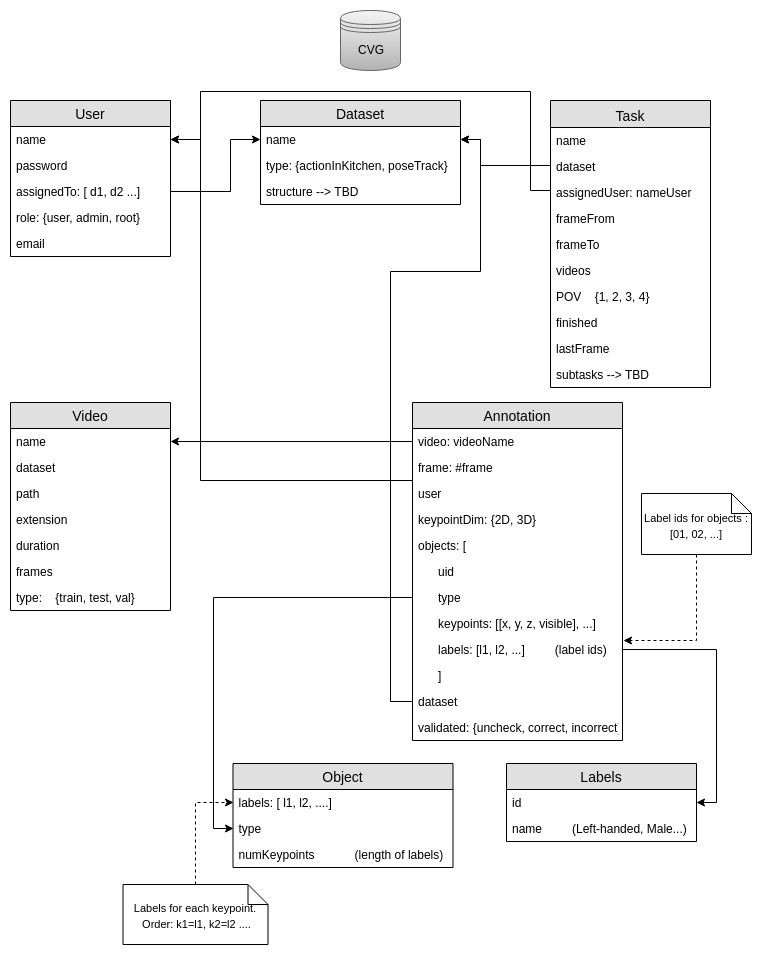
Earlier version of the draw.io export images/CVG_BBDD.png (bonn-activity-maps/bam_annotation_tool). Source tidied: cells renumbered, new cells last; positions are measured from the earlier drawing's top-left corner, leaving out a move shared by most shapes.
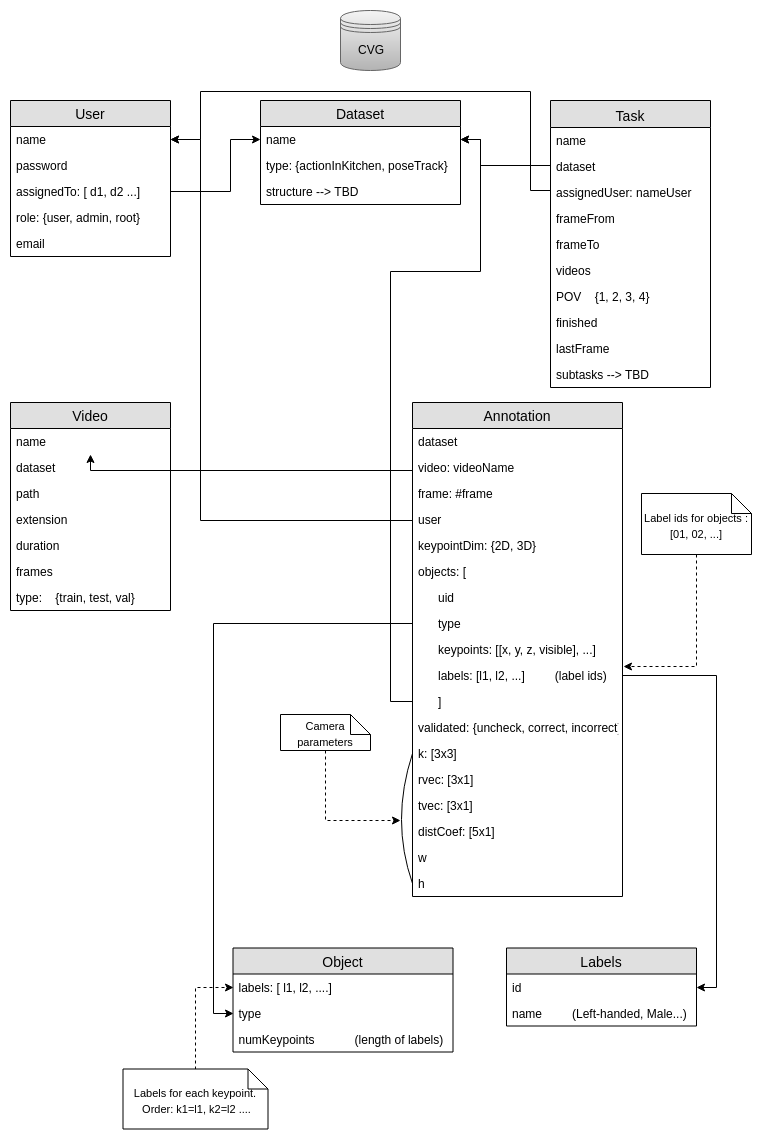
After the commit.

Commit message:
#51 Change from unwrap videos to upload new structure. Read and store videos from new structure. Add and store camera parameters to DB. Remove annotations from dataset when the dataset is deleted.

What changed in the source:
```diff
@@ -44,46 +44,71 @@
       </mxGeometry>
     </mxCell>
     <mxCell id="14" value="Annotation" style="swimlane;fontStyle=0;horizontal=1;startSize=26;fillColor=#e0e0e0;swimlaneFillColor=#ffffff;align=center;fontSize=14;" parent="1" vertex="1">
-      <mxGeometry x="402" y="392" width="210" height="338" as="geometry" />
+      <mxGeometry x="402" y="392" width="210" height="494" as="geometry" />
     </mxCell>
-    <mxCell id="15" value="video: videoName" style="text;strokeColor=none;fillColor=none;spacingLeft=4;spacingRight=4;overflow=hidden;points=[[0,0.5],[1,0.5]];portConstraint=eastwest;fontSize=12;" parent="14" vertex="1">
+    <mxCell id="15" value="dataset" style="text;strokeColor=none;fillColor=none;spacingLeft=4;spacingRight=4;overflow=hidden;points=[[0,0.5],[1,0.5]];portConstraint=eastwest;fontSize=12;" parent="14" vertex="1">
       <mxGeometry y="26" width="210" height="26" as="geometry" />
     </mxCell>
+    <mxCell id="64" value="video: videoName" style="text;strokeColor=none;fillColor=none;spacingLeft=4;spacingRight=4;overflow=hidden;fontSize=12;" parent="14" vertex="1">
+      <mxGeometry y="52" width="210" height="26" as="geometry" />
+    </mxCell>
     <mxCell id="16" value="frame: #frame" style="text;strokeColor=none;fillColor=none;spacingLeft=4;spacingRight=4;overflow=hidden;fontSize=12;" parent="14" vertex="1">
-      <mxGeometry y="52" width="210" height="26" as="geometry" />
+      <mxGeometry y="78" width="210" height="26" as="geometry" />
     </mxCell>
     <mxCell id="17" value="user" style="text;strokeColor=none;fillColor=none;spacingLeft=4;spacingRight=4;overflow=hidden;fontSize=12;" parent="14" vertex="1">
-      <mxGeometry y="78" width="210" height="26" as="geometry" />
+      <mxGeometry y="104" width="210" height="26" as="geometry" />
     </mxCell>
     <mxCell id="18" value="keypointDim: {2D, 3D}" style="text;strokeColor=none;fillColor=none;spacingLeft=4;spacingRight=4;overflow=hidden;points=[[0,0.5],[1,0.5]];portConstraint=eastwest;fontSize=12;" parent="14" vertex="1">
-      <mxGeometry y="104" width="210" height="26" as="geometry" />
+      <mxGeometry y="130" width="210" height="26" as="geometry" />
     </mxCell>
     <mxCell id="19" value="objects: [" style="text;strokeColor=none;fillColor=none;spacingLeft=4;spacingRight=4;overflow=hidden;fontSize=12;" parent="14" vertex="1">
-      <mxGeometry y="130" width="210" height="26" as="geometry" />
+      <mxGeometry y="156" width="210" height="26" as="geometry" />
     </mxCell>
     <mxCell id="20" value="      uid" style="text;strokeColor=none;fillColor=none;spacingLeft=4;spacingRight=4;overflow=hidden;fontSize=12;" parent="14" vertex="1">
-      <mxGeometry y="156" width="210" height="26" as="geometry" />
+      <mxGeometry y="182" width="210" height="26" as="geometry" />
     </mxCell>
     <mxCell id="21" value="      type" style="text;strokeColor=none;fillColor=none;spacingLeft=4;spacingRight=4;overflow=hidden;points=[[0,0.5],[1,0.5]];portConstraint=eastwest;fontSize=12;" parent="14" vertex="1">
-      <mxGeometry y="182" width="210" height="26" as="geometry" />
+      <mxGeometry y="208" width="210" height="26" as="geometry" />
     </mxCell>
     <mxCell id="22" value="      keypoints: [[x, y, z, visible], ...]" style="text;strokeColor=none;fillColor=none;spacingLeft=4;spacingRight=4;overflow=hidden;fontSize=12;" parent="14" vertex="1">
-      <mxGeometry y="208" width="210" height="26" as="geometry" />
+      <mxGeometry y="234" width="210" height="26" as="geometry" />
     </mxCell>
     <mxCell id="23" value="      labels: [l1, l2, ...]         (label ids)&#10;" style="text;strokeColor=none;fillColor=none;spacingLeft=4;spacingRight=4;overflow=hidden;points=[[0,0.5],[1,0.5]];portConstraint=eastwest;fontSize=12;fontColor=#000000;" parent="14" vertex="1">
-      <mxGeometry y="234" width="210" height="26" as="geometry" />
+      <mxGeometry y="260" width="210" height="26" as="geometry" />
     </mxCell>
     <mxCell id="24" value="      ]                       " style="text;strokeColor=none;fillColor=none;spacingLeft=4;spacingRight=4;overflow=hidden;fontSize=12;" parent="14" vertex="1">
-      <mxGeometry y="260" width="210" height="26" as="geometry" />
+      <mxGeometry y="286" width="210" height="26" as="geometry" />
     </mxCell>
-    <mxCell id="25" value="dataset" style="text;strokeColor=none;fillColor=none;spacingLeft=4;spacingRight=4;overflow=hidden;points=[[0,0.5],[1,0.5]];portConstraint=eastwest;fontSize=12;" parent="14" vertex="1">
-      <mxGeometry y="286" width="210" height="26" as="geometry" />
+    <mxCell id="25" value="validated: {uncheck, correct, incorrect}&#10;" style="text;strokeColor=none;fillColor=none;spacingLeft=4;spacingRight=4;overflow=hidden;points=[[0,0.5],[1,0.5]];portConstraint=eastwest;fontSize=12;" parent="14" vertex="1">
+      <mxGeometry y="312" width="210" height="26" as="geometry" />
     </mxCell>
-    <mxCell id="26" value="validated: {uncheck, correct, incorrect}&#10;" style="text;strokeColor=none;fillColor=none;spacingLeft=4;spacingRight=4;overflow=hidden;points=[[0,0.5],[1,0.5]];portConstraint=eastwest;fontSize=12;" parent="14" vertex="1">
-      <mxGeometry y="312" width="210" height="26" as="geometry" />
+    <mxCell id="26" value="k: [3x3]&#10;" style="text;strokeColor=none;fillColor=none;spacingLeft=4;spacingRight=4;overflow=hidden;points=[[0,0.5],[1,0.5]];portConstraint=eastwest;fontSize=12;" parent="14" vertex="1">
+      <mxGeometry y="338" width="210" height="26" as="geometry" />
     </mxCell>
+    <mxCell id="65" value="rvec: [3x1]&#10;" style="text;strokeColor=none;fillColor=none;spacingLeft=4;spacingRight=4;overflow=hidden;fontSize=12;" parent="14" vertex="1">
+      <mxGeometry y="364" width="210" height="26" as="geometry" />
+    </mxCell>
+    <mxCell id="66" value="tvec: [3x1]&#10;" style="text;strokeColor=none;fillColor=none;spacingLeft=4;spacingRight=4;overflow=hidden;fontSize=12;" parent="14" vertex="1">
+      <mxGeometry y="390" width="210" height="26" as="geometry" />
+    </mxCell>
+    <mxCell id="67" value="distCoef: [5x1]&#10;" style="text;strokeColor=none;fillColor=none;spacingLeft=4;spacingRight=4;overflow=hidden;fontSize=12;" parent="14" vertex="1">
+      <mxGeometry y="416" width="210" height="26" as="geometry" />
+    </mxCell>
+    <mxCell id="68" value="w&#10;" style="text;strokeColor=none;fillColor=none;spacingLeft=4;spacingRight=4;overflow=hidden;fontSize=12;" parent="14" vertex="1">
+      <mxGeometry y="442" width="210" height="26" as="geometry" />
+    </mxCell>
+    <mxCell id="69" value="h&#10;" style="text;strokeColor=none;fillColor=none;spacingLeft=4;spacingRight=4;overflow=hidden;points=[[0,0.5],[1,0.5]];portConstraint=eastwest;fontSize=12;" parent="14" vertex="1">
+      <mxGeometry y="468" width="210" height="26" as="geometry" />
+    </mxCell>
+    <mxCell id="70" style="endArrow=none;html=1;curved=1;entryX=0;entryY=0.5;entryDx=0;entryDy=0;exitX=0;exitY=0.5;exitDx=0;exitDy=0;" parent="14" edge="1" source="69" target="26">
+      <mxGeometry relative="1" as="geometry">
+        <Array as="points">
+          <mxPoint x="-22" y="418" />
+        </Array>
+      </mxGeometry>
+    </mxCell>
     <mxCell id="27" value="Object" style="swimlane;fontStyle=0;horizontal=1;startSize=26;fillColor=#e0e0e0;swimlaneFillColor=#ffffff;align=center;fontSize=14;" parent="1" vertex="1">
-      <mxGeometry x="222.5" y="753" width="220" height="104" as="geometry" />
+      <mxGeometry x="222.5" y="937.5" width="220" height="104" as="geometry" />
     </mxCell>
     <mxCell id="28" value="labels: [ l1, l2, ....]" style="text;strokeColor=none;fillColor=none;spacingLeft=4;spacingRight=4;overflow=hidden;points=[[0,0.5],[1,0.5]];portConstraint=eastwest;fontSize=12;" parent="27" vertex="1">
       <mxGeometry y="26" width="220" height="26" as="geometry" />
@@ -95,7 +120,7 @@
       <mxGeometry y="78" width="220" height="26" as="geometry" />
     </mxCell>
     <mxCell id="31" value="Labels" style="swimlane;fontStyle=0;horizontal=1;startSize=26;fillColor=#e0e0e0;swimlaneFillColor=#ffffff;align=center;fontSize=14;" parent="1" vertex="1">
-      <mxGeometry x="496" y="753" width="190" height="78" as="geometry" />
+      <mxGeometry x="496" y="937.5" width="190" height="78" as="geometry" />
     </mxCell>
     <mxCell id="32" value="id" style="text;strokeColor=none;fillColor=none;spacingLeft=4;spacingRight=4;overflow=hidden;points=[[0,0.5],[1,0.5]];portConstraint=eastwest;fontSize=12;" parent="31" vertex="1">
       <mxGeometry y="26" width="190" height="26" as="geometry" />
@@ -163,7 +188,7 @@
       <mxGeometry relative="1" as="geometry" />
     </mxCell>
     <mxCell id="51" value="&lt;font style=&quot;font-size: 11px&quot;&gt;Labels for each keypoint. &lt;br&gt;Order: k1=l1, k2=l2 ....&lt;/font&gt;" style="shape=note;strokeWidth=1;fontSize=14;size=20;whiteSpace=wrap;html=1;" parent="1" vertex="1">
-      <mxGeometry x="112.5" y="874" width="145" height="60" as="geometry" />
+      <mxGeometry x="112.5" y="1058.5" width="145" height="60" as="geometry" />
     </mxCell>
     <mxCell id="52" style="edgeStyle=orthogonalEdgeStyle;rounded=0;jettySize=auto;html=1;exitX=0;exitY=0.5;exitDx=0;exitDy=0;entryX=1;entryY=0.5;entryDx=0;entryDy=0;" parent="1" edge="1" source="25" target="10">
       <mxGeometry relative="1" as="geometry">
@@ -200,12 +225,18 @@
       <mxGeometry y="182" width="160" height="26" as="geometry" />
     </mxCell>
     <mxCell id="61" style="edgeStyle=orthogonalEdgeStyle;rounded=0;jettySize=auto;html=1;exitX=0;exitY=0.5;exitDx=0;exitDy=0;" parent="1" edge="1" source="15" target="54">
-      <mxGeometry relative="1" as="geometry" />
+      <mxGeometry relative="1" as="geometry">
+        <Array as="points">
+          <mxPoint x="402" y="460" />
+          <mxPoint x="80" y="460" />
+        </Array>
+      </mxGeometry>
     </mxCell>
     <mxCell id="62" style="edgeStyle=orthogonalEdgeStyle;rounded=0;jettySize=auto;html=1;exitX=0;exitY=0.5;exitDx=0;exitDy=0;entryX=1;entryY=0.5;entryDx=0;entryDy=0;" parent="1" edge="1" source="18" target="4">
       <mxGeometry relative="1" as="geometry">
         <Array as="points">
-          <mxPoint x="190" y="470" />
+          <mxPoint x="402" y="510" />
+          <mxPoint x="190" y="510" />
           <mxPoint x="190" y="129" />
         </Array>
       </mxGeometry>
@@ -218,5 +249,16 @@
         </Array>
       </mxGeometry>
     </mxCell>
+    <mxCell id="71" style="edgeStyle=orthogonalEdgeStyle;jettySize=auto;html=1;exitX=0.5;exitY=1;exitDx=0;exitDy=0;exitPerimeter=0;rounded=0;dashed=1;" parent="1" edge="1" source="72">
+      <mxGeometry relative="1" as="geometry">
+        <mxPoint x="390" y="810" as="targetPoint" />
+        <Array as="points">
+          <mxPoint x="315" y="810" />
+        </Array>
+      </mxGeometry>
+    </mxCell>
+    <mxCell id="72" value="&lt;font style=&quot;font-size: 11px&quot;&gt;Camera parameters&lt;/font&gt;" style="shape=note;strokeWidth=1;fontSize=14;size=20;whiteSpace=wrap;html=1;" parent="1" vertex="1">
+      <mxGeometry x="270" y="704" width="90" height="36" as="geometry" />
+    </mxCell>
   </root>
 </mxGraphModel>
```
